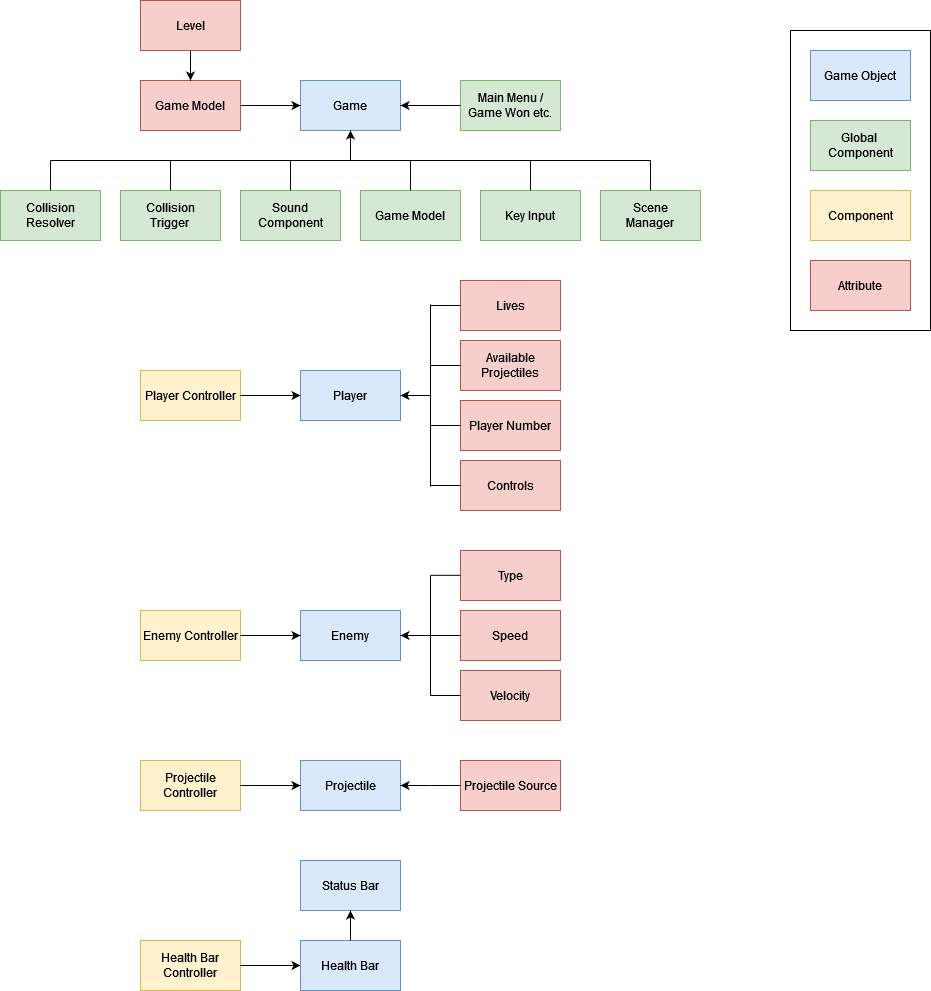
Earlier version of the draw.io export docs/architecture_diagram.png (miskfi/starship_carnage). Source tidied: cells renumbered, new cells last; positions are measured from the earlier drawing's top-left corner, leaving out a move shared by most shapes.
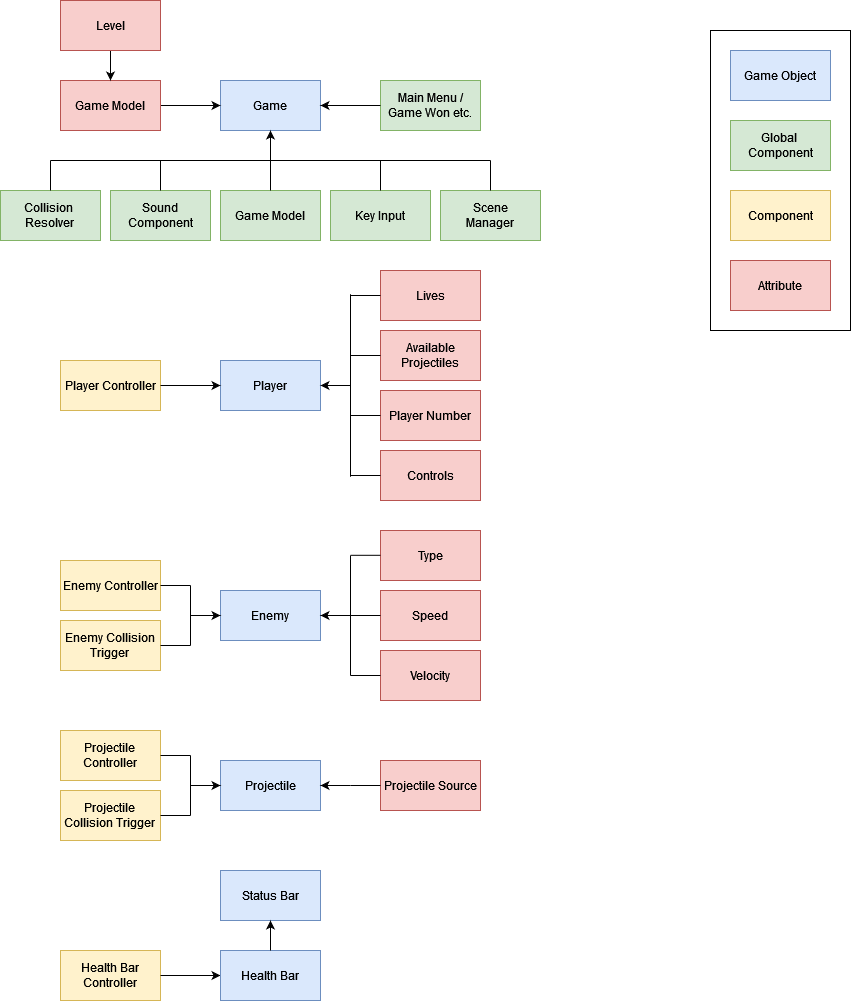
Later version of the same file.

Diff of the diagram source:
```diff
@@ -6,7 +6,7 @@
       <mxGeometry x="300" y="80" width="100" height="50" as="geometry" />
     </mxCell>
     <mxCell id="3" value="&lt;div&gt;Game Model&lt;/div&gt;" style="rounded=0;whiteSpace=wrap;html=1;fillColor=#d5e8d4;strokeColor=#82b366;" parent="1" vertex="1">
-      <mxGeometry x="360" y="190" width="100" height="50" as="geometry" />
+      <mxGeometry x="300" y="190" width="100" height="50" as="geometry" />
     </mxCell>
     <mxCell id="4" style="endArrow=classic;html=1;rounded=0;entryX=0.5;entryY=1;entryDx=0;entryDy=0;" parent="1" edge="1" target="2">
       <mxGeometry relative="1" as="geometry">
@@ -14,58 +14,44 @@
       </mxGeometry>
     </mxCell>
     <mxCell id="5" value="Key Input" style="rounded=0;whiteSpace=wrap;html=1;fillColor=#d5e8d4;strokeColor=#82b366;" parent="1" vertex="1">
-      <mxGeometry x="480" y="190" width="100" height="50" as="geometry" />
+      <mxGeometry x="410" y="190" width="100" height="50" as="geometry" />
     </mxCell>
-    <mxCell id="6" style="endArrow=none;html=1;rounded=0;" parent="1" edge="1">
-      <mxGeometry relative="1" as="geometry">
-        <mxPoint x="50" y="160" as="sourcePoint" />
-        <mxPoint x="650" y="160" as="targetPoint" />
-      </mxGeometry>
-    </mxCell>
     <mxCell id="7" style="endArrow=none;html=1;rounded=0;exitX=0.5;exitY=0;exitDx=0;exitDy=0;" parent="1" edge="1" source="5">
       <mxGeometry relative="1" as="geometry">
-        <mxPoint x="530" y="160" as="targetPoint" />
+        <mxPoint x="460" y="160" as="targetPoint" />
       </mxGeometry>
     </mxCell>
     <mxCell id="8" value="&lt;div&gt;Sound&lt;/div&gt;&lt;div&gt;Component&lt;/div&gt;" style="rounded=0;whiteSpace=wrap;html=1;fillColor=#d5e8d4;strokeColor=#82b366;" parent="1" vertex="1">
-      <mxGeometry x="240" y="190" width="100" height="50" as="geometry" />
+      <mxGeometry x="190" y="190" width="100" height="50" as="geometry" />
     </mxCell>
     <mxCell id="9" style="endArrow=none;html=1;rounded=0;exitX=0.5;exitY=0;exitDx=0;exitDy=0;" parent="1" edge="1" source="8">
       <mxGeometry relative="1" as="geometry">
-        <mxPoint x="290" y="160" as="targetPoint" />
+        <mxPoint x="240" y="160" as="targetPoint" />
       </mxGeometry>
     </mxCell>
     <mxCell id="10" style="endArrow=none;html=1;rounded=0;exitX=0.5;exitY=0;exitDx=0;exitDy=0;" parent="1" edge="1" source="3">
       <mxGeometry relative="1" as="geometry">
-        <mxPoint x="410" y="160" as="targetPoint" />
+        <mxPoint x="350" y="160" as="targetPoint" />
       </mxGeometry>
     </mxCell>
-    <mxCell id="11" value="&lt;div&gt;Collision&lt;/div&gt;&lt;div&gt;Trigger&lt;br&gt;&lt;/div&gt;" style="rounded=0;whiteSpace=wrap;html=1;fillColor=#d5e8d4;strokeColor=#82b366;" parent="1" vertex="1">
-      <mxGeometry x="120" y="190" width="100" height="50" as="geometry" />
+    <mxCell id="11" value="&lt;div&gt;Collision&amp;nbsp;&lt;/div&gt;&lt;div&gt;Resolver&lt;br&gt;&lt;/div&gt;" style="rounded=0;whiteSpace=wrap;html=1;fillColor=#d5e8d4;strokeColor=#82b366;" parent="1" vertex="1">
+      <mxGeometry x="80" y="190" width="100" height="50" as="geometry" />
     </mxCell>
     <mxCell id="12" value="&lt;div&gt;Scene&lt;/div&gt;&lt;div&gt;Manager&lt;/div&gt;" style="rounded=0;whiteSpace=wrap;html=1;fillColor=#d5e8d4;strokeColor=#82b366;" parent="1" vertex="1">
-      <mxGeometry x="600" y="190" width="100" height="50" as="geometry" />
+      <mxGeometry x="520" y="190" width="100" height="50" as="geometry" />
     </mxCell>
-    <mxCell id="13" value="&lt;div&gt;Collision&lt;/div&gt;&lt;div&gt;Resolver&lt;/div&gt;" style="rounded=0;whiteSpace=wrap;html=1;fillColor=#d5e8d4;strokeColor=#82b366;" parent="1" vertex="1">
-      <mxGeometry y="190" width="100" height="50" as="geometry" />
-    </mxCell>
     <mxCell id="14" style="endArrow=none;html=1;rounded=0;" parent="1" edge="1" source="11">
       <mxGeometry relative="1" as="geometry">
-        <mxPoint x="170" y="160" as="targetPoint" />
+        <mxPoint x="130" y="160" as="targetPoint" />
       </mxGeometry>
     </mxCell>
-    <mxCell id="15" style="endArrow=none;html=1;rounded=0;exitX=0.5;exitY=0;exitDx=0;exitDy=0;" parent="1" edge="1" source="13">
-      <mxGeometry relative="1" as="geometry">
-        <mxPoint x="50" y="160" as="targetPoint" />
-      </mxGeometry>
-    </mxCell>
     <mxCell id="16" style="endArrow=none;html=1;rounded=0;exitX=0.5;exitY=0;exitDx=0;exitDy=0;" parent="1" edge="1" source="12">
       <mxGeometry relative="1" as="geometry">
-        <mxPoint x="650" y="160" as="targetPoint" />
+        <mxPoint x="570" y="160" as="targetPoint" />
       </mxGeometry>
     </mxCell>
     <mxCell id="17" value="Player" style="rounded=0;whiteSpace=wrap;html=1;fillColor=#dae8fc;strokeColor=#6c8ebf;" parent="1" vertex="1">
-      <mxGeometry x="300" y="370" width="100" height="50" as="geometry" />
+      <mxGeometry x="300" y="360" width="100" height="50" as="geometry" />
     </mxCell>
     <mxCell id="18" value="&lt;div&gt;Main Menu /&lt;/div&gt;&lt;div&gt;Game Won etc.&lt;/div&gt;" style="rounded=0;whiteSpace=wrap;html=1;fillColor=#d5e8d4;strokeColor=#82b366;" parent="1" vertex="1">
       <mxGeometry x="460" y="80" width="100" height="50" as="geometry" />
@@ -74,23 +60,23 @@
       <mxGeometry relative="1" as="geometry" />
     </mxCell>
     <mxCell id="20" value="&lt;div&gt;Player Controller&lt;/div&gt;" style="rounded=0;whiteSpace=wrap;html=1;fillColor=#fff2cc;strokeColor=#d6b656;" parent="1" vertex="1">
-      <mxGeometry x="140" y="370" width="100" height="50" as="geometry" />
+      <mxGeometry x="140" y="360" width="100" height="50" as="geometry" />
     </mxCell>
     <mxCell id="21" style="endArrow=classic;html=1;rounded=0;entryX=0;entryY=0.5;entryDx=0;entryDy=0;exitX=1;exitY=0.5;exitDx=0;exitDy=0;" parent="1" edge="1" source="20" target="17">
       <mxGeometry relative="1" as="geometry" />
     </mxCell>
     <mxCell id="22" value="&lt;div&gt;Lives&lt;/div&gt;" style="rounded=0;whiteSpace=wrap;html=1;fillColor=#f8cecc;strokeColor=#b85450;" parent="1" vertex="1">
-      <mxGeometry x="460" y="280" width="100" height="50" as="geometry" />
+      <mxGeometry x="460" y="270" width="100" height="50" as="geometry" />
     </mxCell>
     <mxCell id="23" value="&lt;div&gt;Available Projectiles&lt;/div&gt;" style="rounded=0;whiteSpace=wrap;html=1;fillColor=#f8cecc;strokeColor=#b85450;" parent="1" vertex="1">
-      <mxGeometry x="460" y="340" width="100" height="50" as="geometry" />
+      <mxGeometry x="460" y="330" width="100" height="50" as="geometry" />
     </mxCell>
     <mxCell id="24" value="Player Number" style="rounded=0;whiteSpace=wrap;html=1;fillColor=#f8cecc;strokeColor=#b85450;" parent="1" vertex="1">
-      <mxGeometry x="460" y="400" width="100" height="50" as="geometry" />
+      <mxGeometry x="460" y="390" width="100" height="50" as="geometry" />
     </mxCell>
     <mxCell id="25" style="endArrow=classic;html=1;rounded=0;entryX=1;entryY=0.5;entryDx=0;entryDy=0;" parent="1" edge="1" target="17">
       <mxGeometry relative="1" as="geometry">
-        <mxPoint x="430" y="395" as="sourcePoint" />
+        <mxPoint x="430" y="385" as="sourcePoint" />
       </mxGeometry>
     </mxCell>
     <mxCell id="26" style="endArrow=none;html=1;rounded=0;" parent="1" edge="1">
@@ -104,90 +90,86 @@
     </mxCell>
     <mxCell id="27" style="endArrow=none;html=1;rounded=0;entryX=0;entryY=0.5;entryDx=0;entryDy=0;" parent="1" edge="1" target="24">
       <mxGeometry relative="1" as="geometry">
-        <mxPoint x="430" y="425" as="sourcePoint" />
+        <mxPoint x="430" y="415" as="sourcePoint" />
       </mxGeometry>
     </mxCell>
     <mxCell id="28" style="endArrow=none;html=1;rounded=0;" parent="1" edge="1">
       <mxGeometry relative="1" as="geometry">
-        <mxPoint x="430" y="486.2" as="sourcePoint" />
-        <mxPoint x="430" y="303.8" as="targetPoint" />
+        <mxPoint x="430" y="476.2" as="sourcePoint" />
+        <mxPoint x="430" y="293.8" as="targetPoint" />
         <Array as="points">
-          <mxPoint x="430" y="361.2" />
+          <mxPoint x="430" y="351.2" />
         </Array>
       </mxGeometry>
     </mxCell>
     <mxCell id="29" style="endArrow=none;html=1;rounded=0;entryX=0;entryY=0.5;entryDx=0;entryDy=0;" parent="1" edge="1" target="23">
       <mxGeometry relative="1" as="geometry">
-        <mxPoint x="430" y="365" as="sourcePoint" />
+        <mxPoint x="430" y="355" as="sourcePoint" />
       </mxGeometry>
     </mxCell>
     <mxCell id="30" style="endArrow=none;html=1;rounded=0;entryX=0;entryY=0.5;entryDx=0;entryDy=0;" parent="1" edge="1" target="22">
       <mxGeometry relative="1" as="geometry">
-        <mxPoint x="430" y="305" as="sourcePoint" />
+        <mxPoint x="430" y="295" as="sourcePoint" />
       </mxGeometry>
     </mxCell>
     <mxCell id="31" value="&lt;div&gt;Controls&lt;/div&gt;" style="rounded=0;whiteSpace=wrap;html=1;fillColor=#f8cecc;strokeColor=#b85450;" parent="1" vertex="1">
-      <mxGeometry x="460" y="460" width="100" height="50" as="geometry" />
+      <mxGeometry x="460" y="450" width="100" height="50" as="geometry" />
     </mxCell>
     <mxCell id="32" style="endArrow=none;html=1;rounded=0;entryX=0;entryY=0.5;entryDx=0;entryDy=0;" parent="1" edge="1" target="31">
       <mxGeometry relative="1" as="geometry">
-        <mxPoint x="430" y="485" as="sourcePoint" />
+        <mxPoint x="430" y="475" as="sourcePoint" />
       </mxGeometry>
     </mxCell>
     <mxCell id="33" value="Enemy" style="rounded=0;whiteSpace=wrap;html=1;fillColor=#dae8fc;strokeColor=#6c8ebf;" parent="1" vertex="1">
-      <mxGeometry x="300" y="610" width="100" height="50" as="geometry" />
+      <mxGeometry x="300" y="590" width="100" height="50" as="geometry" />
     </mxCell>
     <mxCell id="34" value="Enemy Controller" style="rounded=0;whiteSpace=wrap;html=1;fillColor=#fff2cc;strokeColor=#d6b656;" parent="1" vertex="1">
-      <mxGeometry x="140" y="610" width="100" height="50" as="geometry" />
+      <mxGeometry x="140" y="560" width="100" height="50" as="geometry" />
     </mxCell>
-    <mxCell id="35" style="endArrow=classic;html=1;rounded=0;entryX=0;entryY=0.5;entryDx=0;entryDy=0;exitX=1;exitY=0.5;exitDx=0;exitDy=0;" parent="1" edge="1" source="34" target="33">
-      <mxGeometry relative="1" as="geometry" />
+    <mxCell id="35" style="endArrow=classic;html=1;rounded=0;entryX=0;entryY=0.5;entryDx=0;entryDy=0;" parent="1" edge="1" target="33">
+      <mxGeometry relative="1" as="geometry">
+        <mxPoint x="270" y="615" as="sourcePoint" />
+      </mxGeometry>
     </mxCell>
     <mxCell id="36" value="Type" style="rounded=0;whiteSpace=wrap;html=1;fillColor=#f8cecc;strokeColor=#b85450;" parent="1" vertex="1">
-      <mxGeometry x="460" y="550" width="100" height="50" as="geometry" />
+      <mxGeometry x="460" y="530" width="100" height="50" as="geometry" />
     </mxCell>
     <mxCell id="37" value="Speed" style="rounded=0;whiteSpace=wrap;html=1;fillColor=#f8cecc;strokeColor=#b85450;" parent="1" vertex="1">
-      <mxGeometry x="460" y="610" width="100" height="50" as="geometry" />
+      <mxGeometry x="460" y="590" width="100" height="50" as="geometry" />
     </mxCell>
     <mxCell id="38" value="&lt;div&gt;Velocity&lt;/div&gt;" style="rounded=0;whiteSpace=wrap;html=1;fillColor=#f8cecc;strokeColor=#b85450;" parent="1" vertex="1">
-      <mxGeometry x="460" y="670" width="100" height="50" as="geometry" />
+      <mxGeometry x="460" y="650" width="100" height="50" as="geometry" />
     </mxCell>
     <mxCell id="39" style="endArrow=none;html=1;rounded=0;entryX=0;entryY=0.5;entryDx=0;entryDy=0;" parent="1" edge="1" target="38">
       <mxGeometry relative="1" as="geometry">
-        <mxPoint x="430" y="695" as="sourcePoint" />
+        <mxPoint x="430" y="675" as="sourcePoint" />
       </mxGeometry>
     </mxCell>
     <mxCell id="40" style="endArrow=none;html=1;rounded=0;entryX=0;entryY=0.5;entryDx=0;entryDy=0;" parent="1" edge="1" target="37">
       <mxGeometry relative="1" as="geometry">
-        <mxPoint x="430" y="635" as="sourcePoint" />
+        <mxPoint x="430" y="615" as="sourcePoint" />
       </mxGeometry>
     </mxCell>
     <mxCell id="41" style="endArrow=none;html=1;rounded=0;entryX=0;entryY=0.5;entryDx=0;entryDy=0;" parent="1" edge="1">
       <mxGeometry relative="1" as="geometry">
-        <mxPoint x="430" y="574.8" as="sourcePoint" />
-        <mxPoint x="460" y="574.8" as="targetPoint" />
+        <mxPoint x="430" y="554.8" as="sourcePoint" />
+        <mxPoint x="460" y="554.8" as="targetPoint" />
       </mxGeometry>
     </mxCell>
     <mxCell id="42" style="endArrow=none;html=1;rounded=0;" parent="1" edge="1">
       <mxGeometry relative="1" as="geometry">
-        <mxPoint x="430" y="695" as="sourcePoint" />
-        <mxPoint x="430" y="575" as="targetPoint" />
+        <mxPoint x="430" y="675" as="sourcePoint" />
+        <mxPoint x="430" y="555" as="targetPoint" />
       </mxGeometry>
     </mxCell>
     <mxCell id="43" style="endArrow=classic;html=1;rounded=0;entryX=1;entryY=0.5;entryDx=0;entryDy=0;" parent="1" edge="1" target="33">
       <mxGeometry relative="1" as="geometry">
-        <mxPoint x="430" y="635" as="sourcePoint" />
+        <mxPoint x="430" y="615" as="sourcePoint" />
       </mxGeometry>
     </mxCell>
     <mxCell id="44" value="Projectile" style="rounded=0;whiteSpace=wrap;html=1;fillColor=#dae8fc;strokeColor=#6c8ebf;" parent="1" vertex="1">
       <mxGeometry x="300" y="760" width="100" height="50" as="geometry" />
     </mxCell>
-    <mxCell id="45" value="Projectile Controller" style="rounded=0;whiteSpace=wrap;html=1;fillColor=#fff2cc;strokeColor=#d6b656;" parent="1" vertex="1">
-      <mxGeometry x="140" y="760" width="100" height="50" as="geometry" />
-    </mxCell>
-    <mxCell id="46" style="endArrow=classic;html=1;rounded=0;entryX=0;entryY=0.5;entryDx=0;entryDy=0;exitX=1;exitY=0.5;exitDx=0;exitDy=0;" parent="1" edge="1" source="45" target="44">
-      <mxGeometry relative="1" as="geometry" />
-    </mxCell>
     <mxCell id="47" value="Projectile Source" style="rounded=0;whiteSpace=wrap;html=1;fillColor=#f8cecc;strokeColor=#b85450;" parent="1" vertex="1">
       <mxGeometry x="460" y="760" width="100" height="50" as="geometry" />
     </mxCell>
@@ -205,16 +187,16 @@
       <mxGeometry relative="1" as="geometry" />
     </mxCell>
     <mxCell id="51" value="Status Bar" style="rounded=0;whiteSpace=wrap;html=1;fillColor=#dae8fc;strokeColor=#6c8ebf;" parent="1" vertex="1">
-      <mxGeometry x="300" y="860" width="100" height="50" as="geometry" />
+      <mxGeometry x="300" y="870" width="100" height="50" as="geometry" />
     </mxCell>
     <mxCell id="52" value="Health Bar Controller" style="rounded=0;whiteSpace=wrap;html=1;fillColor=#fff2cc;strokeColor=#d6b656;" parent="1" vertex="1">
-      <mxGeometry x="140" y="940" width="100" height="50" as="geometry" />
+      <mxGeometry x="140" y="950" width="100" height="50" as="geometry" />
     </mxCell>
     <mxCell id="53" style="endArrow=classic;html=1;rounded=0;exitX=1;exitY=0.5;exitDx=0;exitDy=0;entryX=0;entryY=0.5;entryDx=0;entryDy=0;" parent="1" edge="1" source="52" target="54">
       <mxGeometry relative="1" as="geometry" />
     </mxCell>
     <mxCell id="54" value="Health Bar" style="rounded=0;whiteSpace=wrap;html=1;fillColor=#dae8fc;strokeColor=#6c8ebf;" parent="1" vertex="1">
-      <mxGeometry x="300" y="940" width="100" height="50" as="geometry" />
+      <mxGeometry x="300" y="950" width="100" height="50" as="geometry" />
     </mxCell>
     <mxCell id="55" style="endArrow=classic;html=1;rounded=0;entryX=0.5;entryY=1;entryDx=0;entryDy=0;exitX=0.5;exitY=0;exitDx=0;exitDy=0;" parent="1" edge="1" source="54" target="51">
       <mxGeometry relative="1" as="geometry" />
@@ -243,5 +225,58 @@
     <mxCell id="63" style="rounded=0;whiteSpace=wrap;html=1;fillColor=none;" parent="1" vertex="1">
       <mxGeometry x="790" y="30" width="140" height="300" as="geometry" />
     </mxCell>
+    <mxCell id="64" value="&lt;div&gt;Enemy Collision&lt;/div&gt;&lt;div&gt;Trigger&lt;br&gt;&lt;/div&gt;" style="rounded=0;whiteSpace=wrap;html=1;fillColor=#fff2cc;strokeColor=#d6b656;" parent="1" vertex="1">
+      <mxGeometry x="140" y="620" width="100" height="50" as="geometry" />
+    </mxCell>
+    <mxCell id="65" style="endArrow=none;html=1;rounded=0;exitX=1;exitY=0.5;exitDx=0;exitDy=0;" parent="1" edge="1" source="64">
+      <mxGeometry relative="1" as="geometry">
+        <mxPoint x="270" y="645" as="targetPoint" />
+      </mxGeometry>
+    </mxCell>
+    <mxCell id="66" style="endArrow=none;html=1;rounded=0;" parent="1" edge="1">
+      <mxGeometry relative="1" as="geometry">
+        <mxPoint x="270" y="645" as="sourcePoint" />
+        <mxPoint x="270" y="585" as="targetPoint" />
+      </mxGeometry>
+    </mxCell>
+    <mxCell id="67" style="endArrow=none;html=1;rounded=0;exitX=1;exitY=0.5;exitDx=0;exitDy=0;" parent="1" edge="1" source="34">
+      <mxGeometry relative="1" as="geometry">
+        <mxPoint x="270" y="585" as="targetPoint" />
+      </mxGeometry>
+    </mxCell>
+    <mxCell id="45" value="&lt;div&gt;Projectile&lt;/div&gt;&lt;div&gt;Controller&lt;br&gt;&lt;/div&gt;" style="rounded=0;whiteSpace=wrap;html=1;fillColor=#fff2cc;strokeColor=#d6b656;" parent="1" vertex="1">
+      <mxGeometry x="140" y="730" width="100" height="50" as="geometry" />
+    </mxCell>
+    <mxCell id="68" style="endArrow=classic;html=1;rounded=0;entryX=0;entryY=0.5;entryDx=0;entryDy=0;" parent="1" edge="1">
+      <mxGeometry relative="1" as="geometry">
+        <mxPoint x="270" y="785" as="sourcePoint" />
+        <mxPoint x="300" y="785" as="targetPoint" />
+      </mxGeometry>
+    </mxCell>
+    <mxCell id="69" value="&lt;div&gt;Projectile&lt;/div&gt;&lt;div&gt;Collision Trigger&lt;br&gt;&lt;/div&gt;" style="rounded=0;whiteSpace=wrap;html=1;fillColor=#fff2cc;strokeColor=#d6b656;" parent="1" vertex="1">
+      <mxGeometry x="140" y="790" width="100" height="50" as="geometry" />
+    </mxCell>
+    <mxCell id="70" style="endArrow=none;html=1;rounded=0;exitX=1;exitY=0.5;exitDx=0;exitDy=0;" parent="1" edge="1" source="69">
+      <mxGeometry relative="1" as="geometry">
+        <mxPoint x="270" y="815" as="targetPoint" />
+      </mxGeometry>
+    </mxCell>
+    <mxCell id="71" style="endArrow=none;html=1;rounded=0;" parent="1" edge="1">
+      <mxGeometry relative="1" as="geometry">
+        <mxPoint x="270" y="815" as="sourcePoint" />
+        <mxPoint x="270" y="755" as="targetPoint" />
+      </mxGeometry>
+    </mxCell>
+    <mxCell id="72" style="endArrow=none;html=1;rounded=0;exitX=1;exitY=0.5;exitDx=0;exitDy=0;" parent="1" edge="1" source="45">
+      <mxGeometry relative="1" as="geometry">
+        <mxPoint x="270" y="755" as="targetPoint" />
+      </mxGeometry>
+    </mxCell>
+    <mxCell id="73" style="endArrow=none;html=1;rounded=0;" parent="1" edge="1">
+      <mxGeometry relative="1" as="geometry">
+        <mxPoint x="130" y="160" as="sourcePoint" />
+        <mxPoint x="570" y="160" as="targetPoint" />
+      </mxGeometry>
+    </mxCell>
   </root>
 </mxGraphModel>
```
